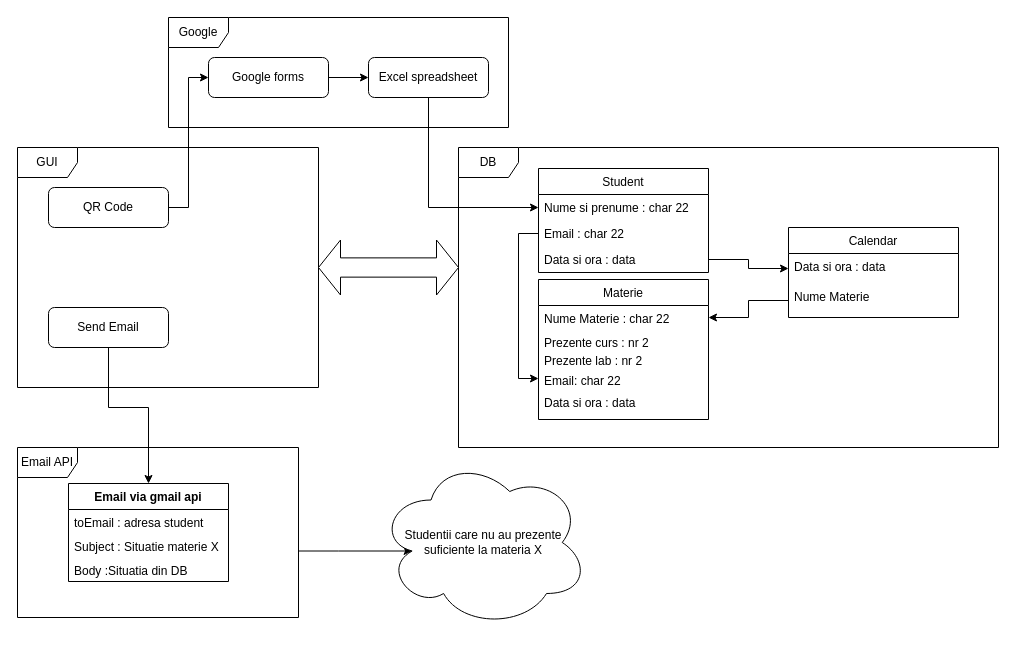
The draw.io diagram Untitled Diagram.drawio in Kittynel-ro/PI_Project, before the edit. Source tidied: cells renumbered, new cells numbered last; positions are measured from the earlier drawing's top-left corner, leaving out a move shared by most shapes. Both pictures are drawn from the tidied source at 100%, with x=0, y=0 at pixel (17, 17).
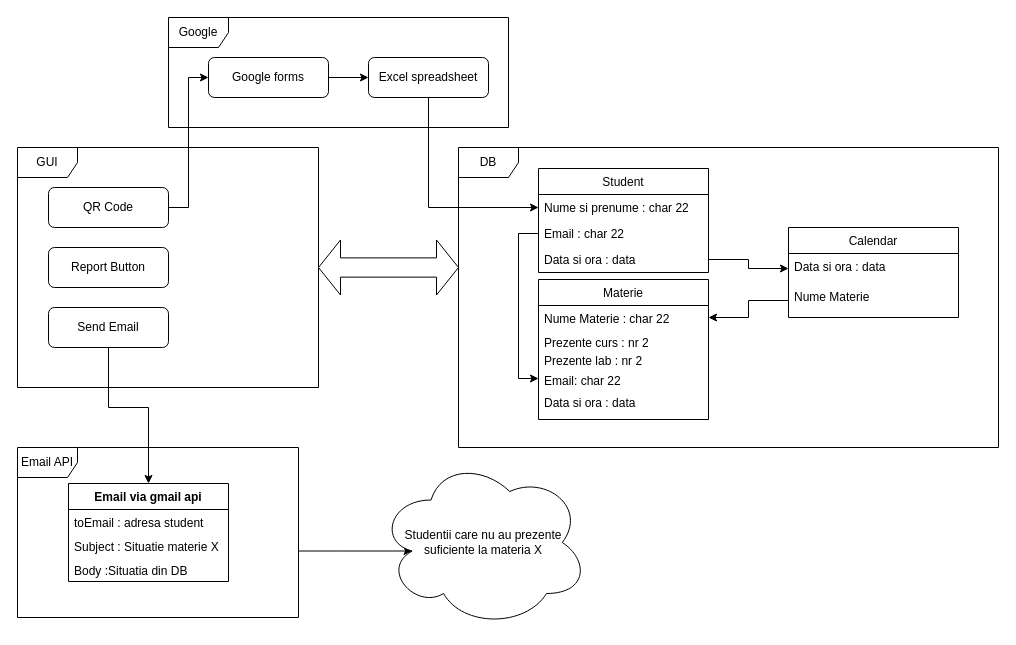
After the change.

The edit, as a diff of the source:
```diff
@@
+    <mxCell id="37" value="Report Button" style="rounded=1;whiteSpace=wrap;html=1;fontSize=12;glass=0;strokeWidth=1;shadow=0;" parent="1" vertex="1">
+      <mxGeometry x="31" y="230" width="120" height="40" as="geometry" />
+    </mxCell>
```
